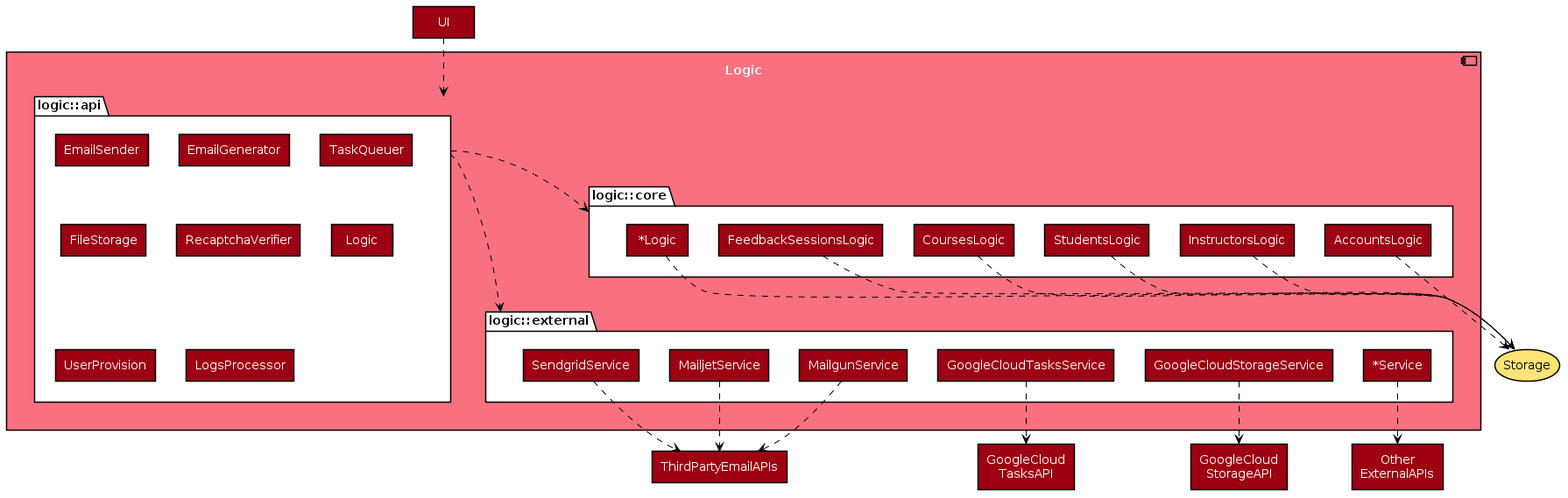
Before: diagrams/LogicComponent.png, a diagram exported from PlantUML (wkurniawan07/repo). Its source is kept beside it as diagrams/LogicComponent.puml.
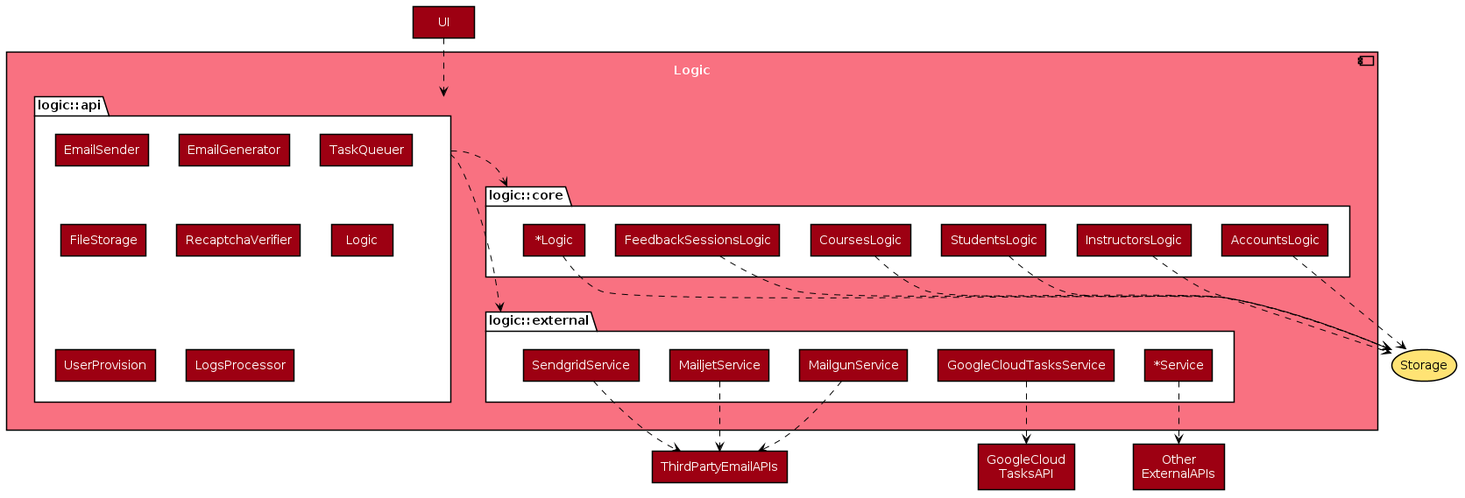
The same diagram one commit later.

What changed in the source:
```diff
@@ -22,7 +22,6 @@
         rectangle MailjetService
         rectangle SendgridService
         rectangle GoogleCloudTasksService
-        rectangle GoogleCloudStorageService
         rectangle "~*Service" as Service
     }
 
@@ -40,7 +39,6 @@
 
 rectangle ThirdPartyEmailAPIs
 rectangle "GoogleCloud\nTasksAPI" as GoogleCloudTasksApi
-rectangle "GoogleCloud\nStorageAPI" as GoogleCloudStorageApi
 rectangle "Other\nExternalAPIs" as OtherExternalApi
 rectangle UI
 storage Storage STORAGE_COLOR_T1
@@ -49,7 +47,6 @@
 MailjetService ..> ThirdPartyEmailAPIs
 SendgridService ..> ThirdPartyEmailAPIs
 GoogleCloudTasksService ..> GoogleCloudTasksApi
-GoogleCloudStorageService ..> GoogleCloudStorageApi
 Service ..> OtherExternalApi
 AccountsLogic ..> Storage
 InstructorsLogic ..> Storage
```
